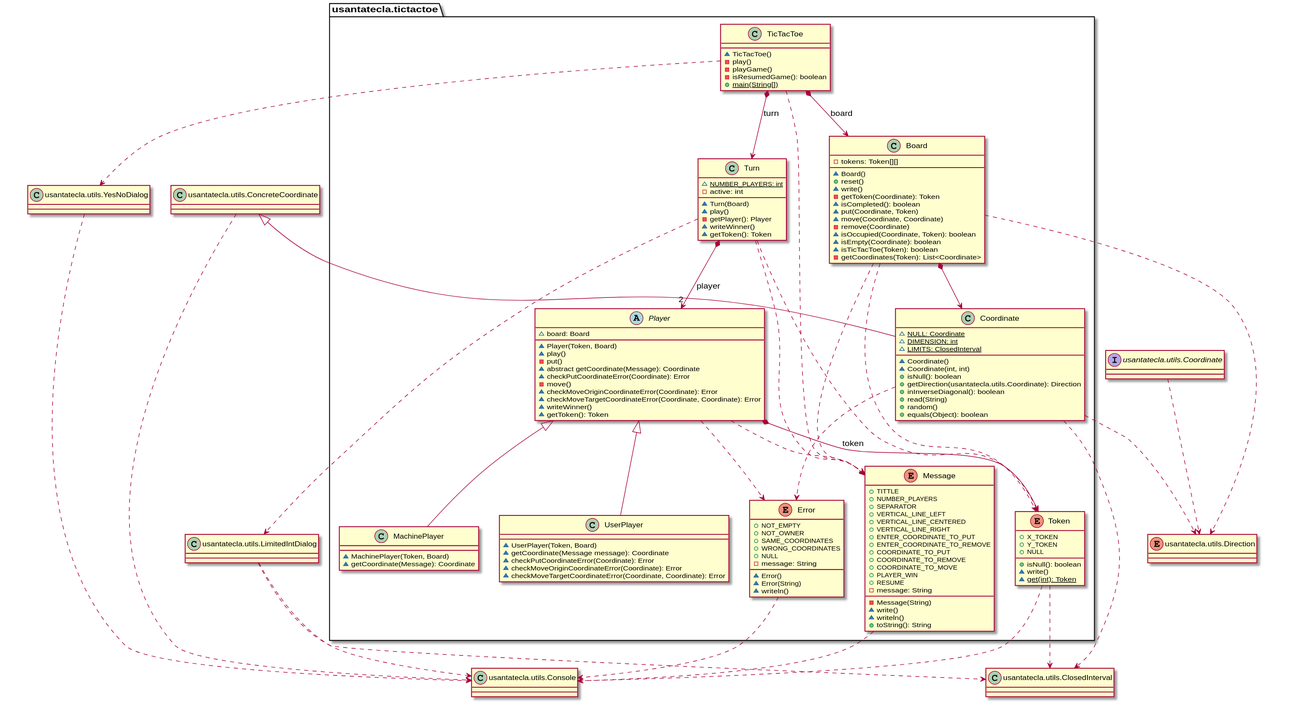
Above: domainModel/docs/diagrams/out/paquetes/tictactoe.svg in Jolucaa/USantaTecla-project-ticTacToe (PlantUML), before the change.
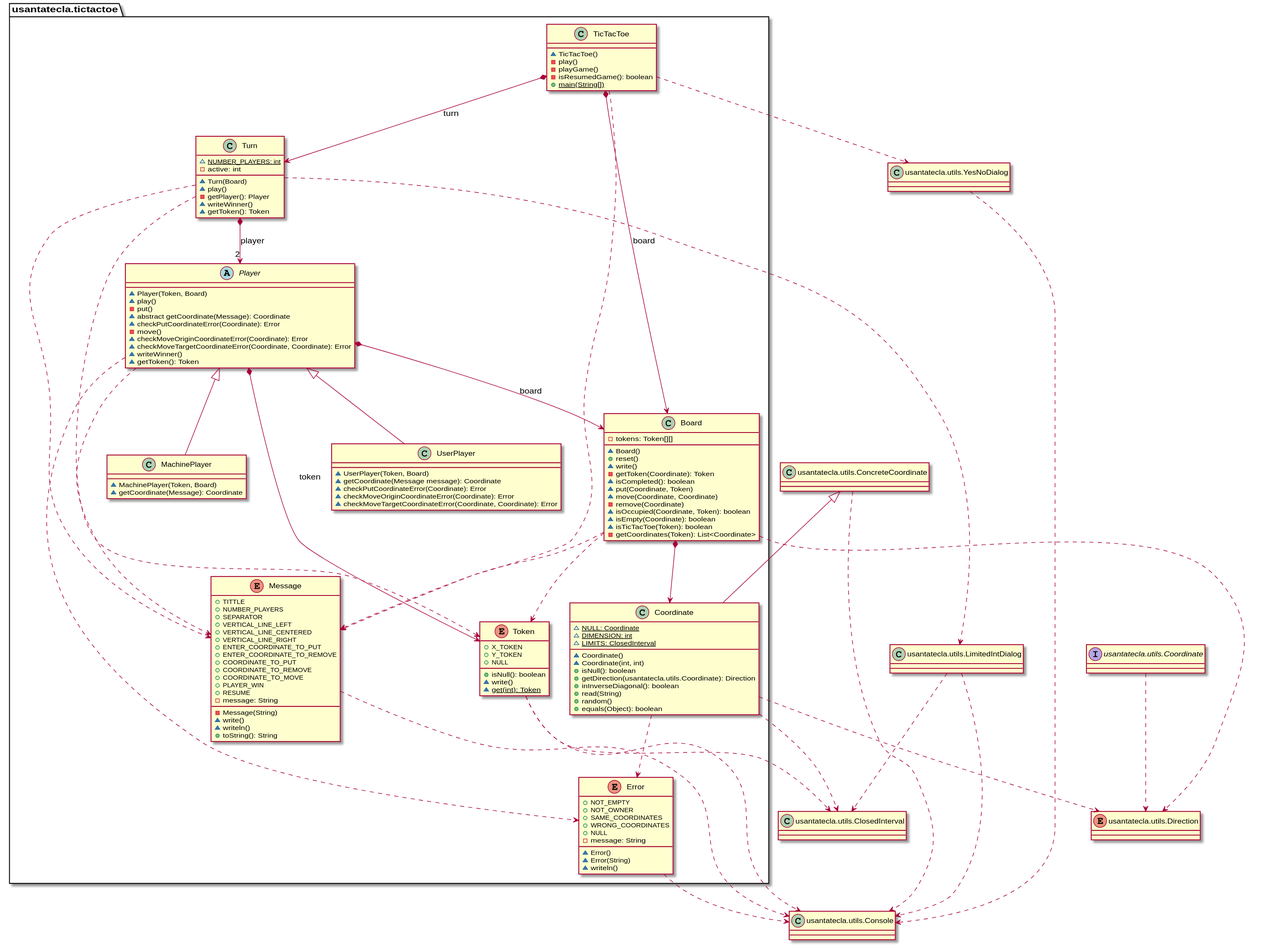
The same file after the commit.

Commit message:
DomainModel diagrams finished

The edit, as a diff of the source:
```diff
@@ -71,7 +71,6 @@
 
 
 abstract class Player {
-	~ board: Board
 	~ Player(Token, Board)
 	~ play()
 	- put()
@@ -125,6 +124,7 @@
 Board .down.> Token
 Turn .down.> Token
 Player *-down-> Token : token
+Player *-down-> Board : board
 Turn *-down-> "2" Player : player
 Board *-down-> Coordinate
 Player <|-down- MachinePlayer
```
